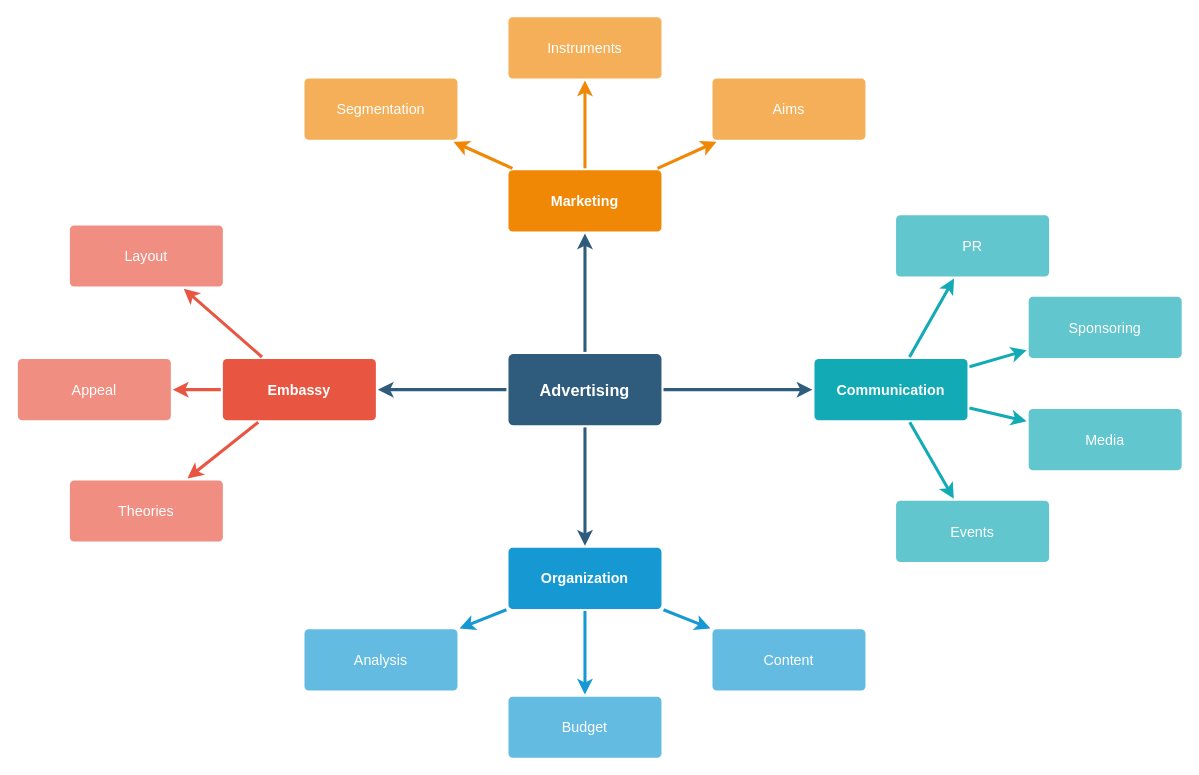
This is Untitled Diagram.drawio from traf-something/traf-something.github.io, a draw.io file, before an edit. Source tidied: cells renumbered, new cells numbered last; positions are measured from the earlier drawing's top-left corner, leaving out a move shared by most shapes. Both pictures are drawn from the tidied source at 102%, with x=0, y=0 at pixel (17, 16).
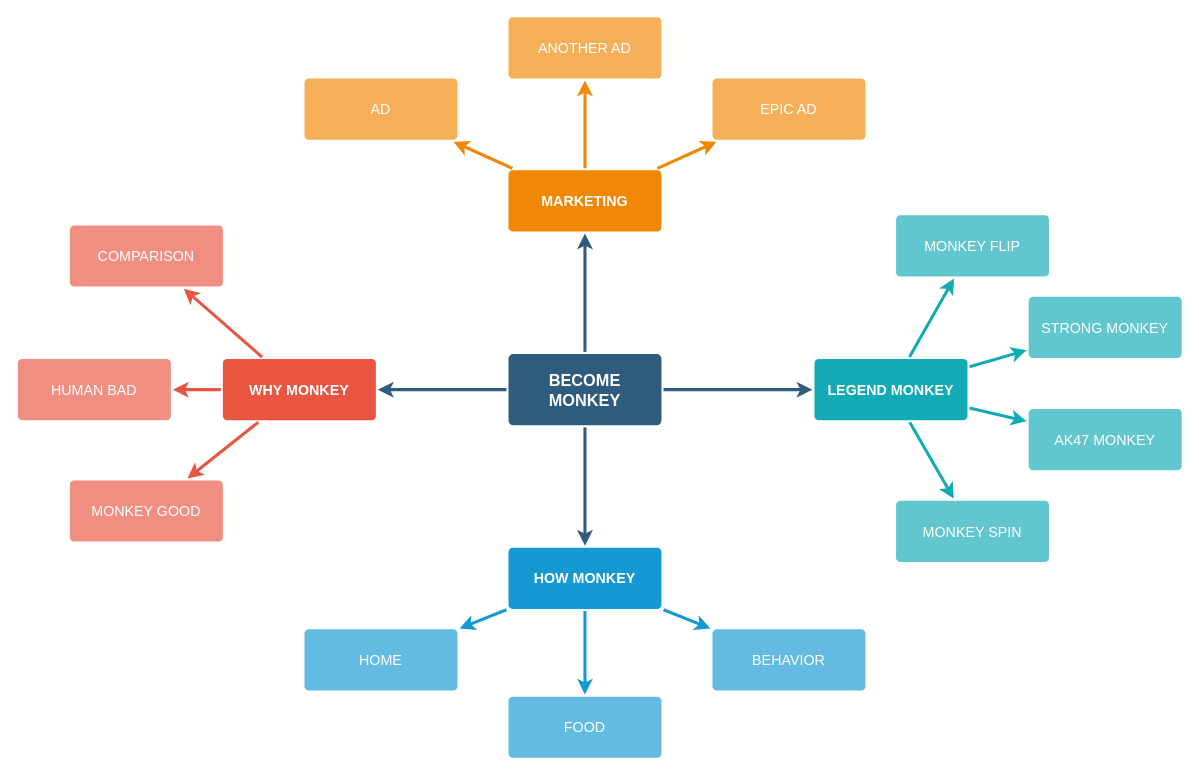
The same page after the edit.

The edit, as a diff of the source:
```diff
@@
-    <mxCell id="6" value="Advertising" style="rounded=1;whiteSpace=wrap;html=1;shadow=0;labelBackgroundColor=none;strokeColor=none;strokeWidth=3;fillColor=#2F5B7C;fontFamily=Helvetica;fontSize=16;fontColor=#FFFFFF;align=center;fontStyle=1;spacing=5;arcSize=7;perimeterSpacing=2;" parent="1" vertex="1">
+    <mxCell id="6" value="BECOME MONKEY" style="rounded=1;whiteSpace=wrap;html=1;shadow=0;labelBackgroundColor=none;strokeColor=none;strokeWidth=3;fillColor=#2F5B7C;fontFamily=Helvetica;fontSize=16;fontColor=#FFFFFF;align=center;fontStyle=1;spacing=5;arcSize=7;perimeterSpacing=2;" parent="1" vertex="1">
       <mxGeometry x="481" y="330.5" width="150" height="70" as="geometry" />
     </mxCell>
@@
-    <mxCell id="10" value="Embassy" style="rounded=1;whiteSpace=wrap;html=1;shadow=0;labelBackgroundColor=none;strokeColor=none;strokeWidth=3;fillColor=#e85642;fontFamily=Helvetica;fontSize=14;fontColor=#FFFFFF;align=center;spacing=5;fontStyle=1;arcSize=7;perimeterSpacing=2;" parent="1" vertex="1">
+    <mxCell id="10" value="WHY MONKEY" style="rounded=1;whiteSpace=wrap;html=1;shadow=0;labelBackgroundColor=none;strokeColor=none;strokeWidth=3;fillColor=#e85642;fontFamily=Helvetica;fontSize=14;fontColor=#FFFFFF;align=center;spacing=5;fontStyle=1;arcSize=7;perimeterSpacing=2;" parent="1" vertex="1">
       <mxGeometry x="201" y="335.5" width="150" height="60" as="geometry" />
     </mxCell>
-    <mxCell id="11" value="Theories" style="rounded=1;whiteSpace=wrap;html=1;shadow=0;labelBackgroundColor=none;strokeColor=none;strokeWidth=3;fillColor=#f08e81;fontFamily=Helvetica;fontSize=14;fontColor=#FFFFFF;align=center;spacing=5;fontStyle=0;arcSize=7;perimeterSpacing=2;" parent="1" vertex="1">
+    <mxCell id="11" value="MONKEY GOOD" style="rounded=1;whiteSpace=wrap;html=1;shadow=0;labelBackgroundColor=none;strokeColor=none;strokeWidth=3;fillColor=#f08e81;fontFamily=Helvetica;fontSize=14;fontColor=#FFFFFF;align=center;spacing=5;fontStyle=0;arcSize=7;perimeterSpacing=2;" parent="1" vertex="1">
       <mxGeometry x="51" y="454.5" width="150" height="60" as="geometry" />
     </mxCell>
-    <mxCell id="12" value="Appeal" style="rounded=1;whiteSpace=wrap;html=1;shadow=0;labelBackgroundColor=none;strokeColor=none;strokeWidth=3;fillColor=#f08e81;fontFamily=Helvetica;fontSize=14;fontColor=#FFFFFF;align=center;spacing=5;fontStyle=0;arcSize=7;perimeterSpacing=2;" parent="1" vertex="1">
+    <mxCell id="12" value="HUMAN BAD" style="rounded=1;whiteSpace=wrap;html=1;shadow=0;labelBackgroundColor=none;strokeColor=none;strokeWidth=3;fillColor=#f08e81;fontFamily=Helvetica;fontSize=14;fontColor=#FFFFFF;align=center;spacing=5;fontStyle=0;arcSize=7;perimeterSpacing=2;" parent="1" vertex="1">
       <mxGeometry y="335.5" width="150" height="60" as="geometry" />
     </mxCell>
-    <mxCell id="13" value="Layout" style="rounded=1;whiteSpace=wrap;html=1;shadow=0;labelBackgroundColor=none;strokeColor=none;strokeWidth=3;fillColor=#f08e81;fontFamily=Helvetica;fontSize=14;fontColor=#FFFFFF;align=center;spacing=5;fontStyle=0;arcSize=7;perimeterSpacing=2;" parent="1" vertex="1">
+    <mxCell id="13" value="COMPARISON" style="rounded=1;whiteSpace=wrap;html=1;shadow=0;labelBackgroundColor=none;strokeColor=none;strokeWidth=3;fillColor=#f08e81;fontFamily=Helvetica;fontSize=14;fontColor=#FFFFFF;align=center;spacing=5;fontStyle=0;arcSize=7;perimeterSpacing=2;" parent="1" vertex="1">
       <mxGeometry x="51" y="204.5" width="150" height="60" as="geometry" />
     </mxCell>
@@
-    <mxCell id="17" value="Organization" style="rounded=1;whiteSpace=wrap;html=1;shadow=0;labelBackgroundColor=none;strokeColor=none;strokeWidth=3;fillColor=#1699d3;fontFamily=Helvetica;fontSize=14;fontColor=#FFFFFF;align=center;spacing=5;fontStyle=1;arcSize=7;perimeterSpacing=2;" parent="1" vertex="1">
+    <mxCell id="17" value="HOW MONKEY" style="rounded=1;whiteSpace=wrap;html=1;shadow=0;labelBackgroundColor=none;strokeColor=none;strokeWidth=3;fillColor=#1699d3;fontFamily=Helvetica;fontSize=14;fontColor=#FFFFFF;align=center;spacing=5;fontStyle=1;arcSize=7;perimeterSpacing=2;" parent="1" vertex="1">
       <mxGeometry x="481" y="520.5" width="150" height="60" as="geometry" />
     </mxCell>
-    <mxCell id="18" value="Content" style="rounded=1;whiteSpace=wrap;html=1;shadow=0;labelBackgroundColor=none;strokeColor=none;strokeWidth=3;fillColor=#64bbe2;fontFamily=Helvetica;fontSize=14;fontColor=#FFFFFF;align=center;spacing=5;arcSize=7;perimeterSpacing=2;" parent="1" vertex="1">
+    <mxCell id="18" value="BEHAVIOR" style="rounded=1;whiteSpace=wrap;html=1;shadow=0;labelBackgroundColor=none;strokeColor=none;strokeWidth=3;fillColor=#64bbe2;fontFamily=Helvetica;fontSize=14;fontColor=#FFFFFF;align=center;spacing=5;arcSize=7;perimeterSpacing=2;" parent="1" vertex="1">
       <mxGeometry x="681" y="600.5" width="150" height="60" as="geometry" />
     </mxCell>
-    <mxCell id="19" value="Budget" style="rounded=1;whiteSpace=wrap;html=1;shadow=0;labelBackgroundColor=none;strokeColor=none;strokeWidth=3;fillColor=#64bbe2;fontFamily=Helvetica;fontSize=14;fontColor=#FFFFFF;align=center;spacing=5;arcSize=7;perimeterSpacing=2;" parent="1" vertex="1">
+    <mxCell id="19" value="FOOD" style="rounded=1;whiteSpace=wrap;html=1;shadow=0;labelBackgroundColor=none;strokeColor=none;strokeWidth=3;fillColor=#64bbe2;fontFamily=Helvetica;fontSize=14;fontColor=#FFFFFF;align=center;spacing=5;arcSize=7;perimeterSpacing=2;" parent="1" vertex="1">
       <mxGeometry x="481" y="666.5" width="150" height="60" as="geometry" />
     </mxCell>
-    <mxCell id="20" value="Analysis" style="rounded=1;whiteSpace=wrap;html=1;shadow=0;labelBackgroundColor=none;strokeColor=none;strokeWidth=3;fillColor=#64bbe2;fontFamily=Helvetica;fontSize=14;fontColor=#FFFFFF;align=center;spacing=5;arcSize=7;perimeterSpacing=2;" parent="1" vertex="1">
+    <mxCell id="20" value="HOME" style="rounded=1;whiteSpace=wrap;html=1;shadow=0;labelBackgroundColor=none;strokeColor=none;strokeWidth=3;fillColor=#64bbe2;fontFamily=Helvetica;fontSize=14;fontColor=#FFFFFF;align=center;spacing=5;arcSize=7;perimeterSpacing=2;" parent="1" vertex="1">
       <mxGeometry x="281" y="600.5" width="150" height="60" as="geometry" />
     </mxCell>
-    <mxCell id="21" value="Marketing" style="rounded=1;whiteSpace=wrap;html=1;shadow=0;labelBackgroundColor=none;strokeColor=none;strokeWidth=3;fillColor=#F08705;fontFamily=Helvetica;fontSize=14;fontColor=#FFFFFF;align=center;spacing=5;fontStyle=1;arcSize=7;perimeterSpacing=2;" parent="1" vertex="1">
+    <mxCell id="21" value="MARKETING" style="rounded=1;whiteSpace=wrap;html=1;shadow=0;labelBackgroundColor=none;strokeColor=none;strokeWidth=3;fillColor=#F08705;fontFamily=Helvetica;fontSize=14;fontColor=#FFFFFF;align=center;spacing=5;fontStyle=1;arcSize=7;perimeterSpacing=2;" parent="1" vertex="1">
       <mxGeometry x="481" y="150.5" width="150" height="60" as="geometry" />
     </mxCell>
-    <mxCell id="22" value="Aims&lt;br&gt;" style="rounded=1;whiteSpace=wrap;html=1;shadow=0;labelBackgroundColor=none;strokeColor=none;strokeWidth=3;fillColor=#f5af58;fontFamily=Helvetica;fontSize=14;fontColor=#FFFFFF;align=center;spacing=5;arcSize=7;perimeterSpacing=2;" parent="1" vertex="1">
+    <mxCell id="22" value="EPIC AD" style="rounded=1;whiteSpace=wrap;html=1;shadow=0;labelBackgroundColor=none;strokeColor=none;strokeWidth=3;fillColor=#f5af58;fontFamily=Helvetica;fontSize=14;fontColor=#FFFFFF;align=center;spacing=5;arcSize=7;perimeterSpacing=2;" parent="1" vertex="1">
       <mxGeometry x="681" y="60.5" width="150" height="60" as="geometry" />
     </mxCell>
@@
-    <mxCell id="24" value="Instruments" style="rounded=1;whiteSpace=wrap;html=1;shadow=0;labelBackgroundColor=none;strokeColor=none;strokeWidth=3;fillColor=#f5af58;fontFamily=Helvetica;fontSize=14;fontColor=#FFFFFF;align=center;spacing=5;arcSize=7;perimeterSpacing=2;" parent="1" vertex="1">
+    <mxCell id="24" value="ANOTHER AD" style="rounded=1;whiteSpace=wrap;html=1;shadow=0;labelBackgroundColor=none;strokeColor=none;strokeWidth=3;fillColor=#f5af58;fontFamily=Helvetica;fontSize=14;fontColor=#FFFFFF;align=center;spacing=5;arcSize=7;perimeterSpacing=2;" parent="1" vertex="1">
       <mxGeometry x="481" y="0.5" width="150" height="60" as="geometry" />
     </mxCell>
@@
-    <mxCell id="26" value="Segmentation" style="rounded=1;whiteSpace=wrap;html=1;shadow=0;labelBackgroundColor=none;strokeColor=none;strokeWidth=3;fillColor=#f5af58;fontFamily=Helvetica;fontSize=14;fontColor=#FFFFFF;align=center;spacing=5;arcSize=7;perimeterSpacing=2;" parent="1" vertex="1">
+    <mxCell id="26" value="AD" style="rounded=1;whiteSpace=wrap;html=1;shadow=0;labelBackgroundColor=none;strokeColor=none;strokeWidth=3;fillColor=#f5af58;fontFamily=Helvetica;fontSize=14;fontColor=#FFFFFF;align=center;spacing=5;arcSize=7;perimeterSpacing=2;" parent="1" vertex="1">
       <mxGeometry x="281" y="60.5" width="150" height="60" as="geometry" />
     </mxCell>
@@
-    <mxCell id="28" value="Communication" style="rounded=1;whiteSpace=wrap;html=1;shadow=0;labelBackgroundColor=none;strokeColor=none;strokeWidth=3;fillColor=#12aab5;fontFamily=Helvetica;fontSize=14;fontColor=#FFFFFF;align=center;spacing=5;fontStyle=1;arcSize=7;perimeterSpacing=2;" parent="1" vertex="1">
+    <mxCell id="28" value="LEGEND MONKEY" style="rounded=1;whiteSpace=wrap;html=1;shadow=0;labelBackgroundColor=none;strokeColor=none;strokeWidth=3;fillColor=#12aab5;fontFamily=Helvetica;fontSize=14;fontColor=#FFFFFF;align=center;spacing=5;fontStyle=1;arcSize=7;perimeterSpacing=2;" parent="1" vertex="1">
       <mxGeometry x="781" y="335.5" width="150" height="60" as="geometry" />
     </mxCell>
-    <mxCell id="29" value="Events" style="rounded=1;whiteSpace=wrap;html=1;shadow=0;labelBackgroundColor=none;strokeColor=none;strokeWidth=3;fillColor=#61c6ce;fontFamily=Helvetica;fontSize=14;fontColor=#FFFFFF;align=center;spacing=5;fontStyle=0;arcSize=7;perimeterSpacing=2;" parent="1" vertex="1">
+    <mxCell id="29" value="MONKEY SPIN" style="rounded=1;whiteSpace=wrap;html=1;shadow=0;labelBackgroundColor=none;strokeColor=none;strokeWidth=3;fillColor=#61c6ce;fontFamily=Helvetica;fontSize=14;fontColor=#FFFFFF;align=center;spacing=5;fontStyle=0;arcSize=7;perimeterSpacing=2;" parent="1" vertex="1">
       <mxGeometry x="861" y="474.5" width="150" height="60" as="geometry" />
     </mxCell>
@@
-    <mxCell id="31" value="Media" style="rounded=1;whiteSpace=wrap;html=1;shadow=0;labelBackgroundColor=none;strokeColor=none;strokeWidth=3;fillColor=#61c6ce;fontFamily=Helvetica;fontSize=14;fontColor=#FFFFFF;align=center;spacing=5;fontStyle=0;arcSize=7;perimeterSpacing=2;" parent="1" vertex="1">
+    <mxCell id="31" value="AK47 MONKEY" style="rounded=1;whiteSpace=wrap;html=1;shadow=0;labelBackgroundColor=none;strokeColor=none;strokeWidth=3;fillColor=#61c6ce;fontFamily=Helvetica;fontSize=14;fontColor=#FFFFFF;align=center;spacing=5;fontStyle=0;arcSize=7;perimeterSpacing=2;" parent="1" vertex="1">
       <mxGeometry x="991" y="384.5" width="150" height="60" as="geometry" />
     </mxCell>
@@
-    <mxCell id="33" value="Sponsoring" style="rounded=1;whiteSpace=wrap;html=1;shadow=0;labelBackgroundColor=none;strokeColor=none;strokeWidth=3;fillColor=#61c6ce;fontFamily=Helvetica;fontSize=14;fontColor=#FFFFFF;align=center;spacing=5;fontStyle=0;arcSize=7;perimeterSpacing=2;" parent="1" vertex="1">
+    <mxCell id="33" value="STRONG MONKEY" style="rounded=1;whiteSpace=wrap;html=1;shadow=0;labelBackgroundColor=none;strokeColor=none;strokeWidth=3;fillColor=#61c6ce;fontFamily=Helvetica;fontSize=14;fontColor=#FFFFFF;align=center;spacing=5;fontStyle=0;arcSize=7;perimeterSpacing=2;" parent="1" vertex="1">
       <mxGeometry x="991" y="274.5" width="150" height="60" as="geometry" />
     </mxCell>
@@
-    <mxCell id="35" value="PR" style="rounded=1;whiteSpace=wrap;html=1;shadow=0;labelBackgroundColor=none;strokeColor=none;strokeWidth=3;fillColor=#61c6ce;fontFamily=Helvetica;fontSize=14;fontColor=#FFFFFF;align=center;spacing=5;fontStyle=0;arcSize=7;perimeterSpacing=2;" parent="1" vertex="1">
+    <mxCell id="35" value="MONKEY FLIP" style="rounded=1;whiteSpace=wrap;html=1;shadow=0;labelBackgroundColor=none;strokeColor=none;strokeWidth=3;fillColor=#61c6ce;fontFamily=Helvetica;fontSize=14;fontColor=#FFFFFF;align=center;spacing=5;fontStyle=0;arcSize=7;perimeterSpacing=2;" parent="1" vertex="1">
       <mxGeometry x="861" y="194.5" width="150" height="60" as="geometry" />
     </mxCell>
```
